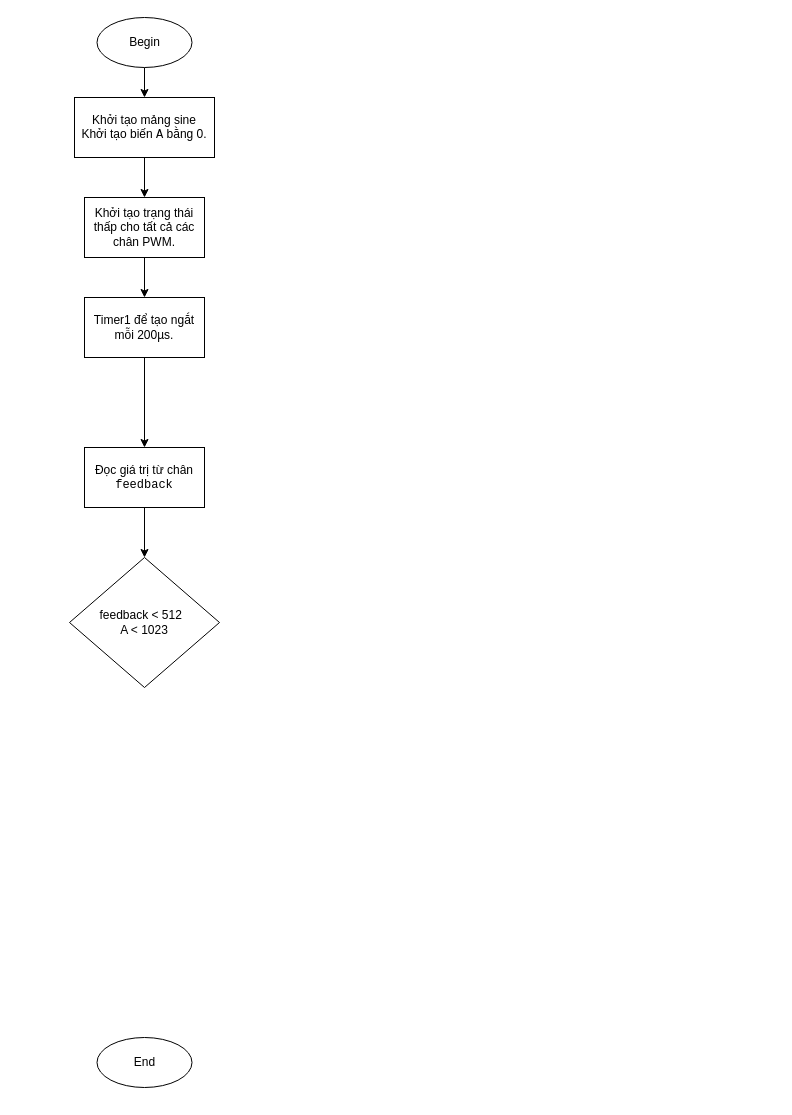
zijipia/ArduinoCpp keeps this draw.io diagram as doan2/luudo.drawio. Above is the earlier version. Source tidied: cells renumbered, new cells numbered last; positions are measured from the earlier drawing's top-left corner, leaving out a move shared by most shapes. Both pictures are drawn from the tidied source at 100%, with x=0, y=0 at pixel (69, 17).
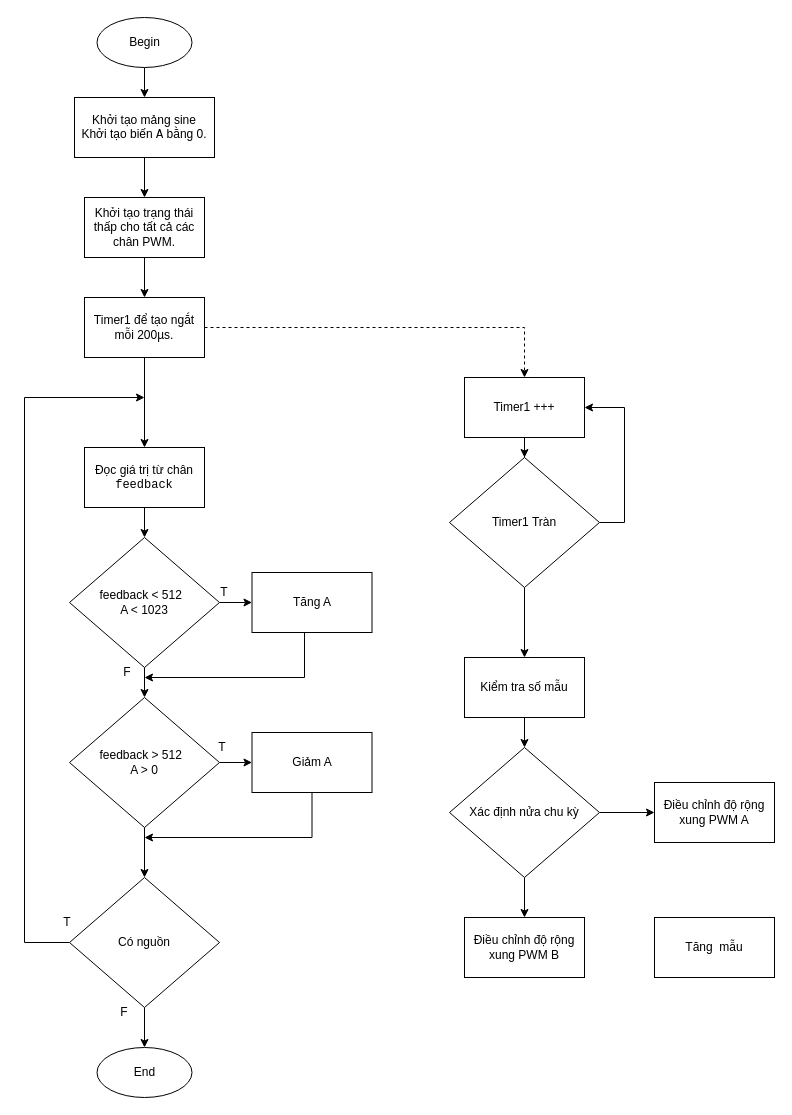
After the change.

The change refers to these unchanged cells:
```xml
<mxCell id="10" value="Timer1 để tạo ngắt mỗi 200µs." style="rounded=0;whiteSpace=wrap;html=1;" parent="1" vertex="1">
  <mxGeometry x="15" y="280" width="120" height="60" as="geometry" />
</mxCell>
```

Change to the diagram source:
```diff
@@
     <mxCell id="4" value="End" style="ellipse;whiteSpace=wrap;html=1;" parent="1" vertex="1">
-      <mxGeometry x="27.5" y="1020" width="95" height="50" as="geometry" />
+      <mxGeometry x="27.5" y="1030" width="95" height="50" as="geometry" />
     </mxCell>
@@
+    <mxCell id="14" style="edgeStyle=orthogonalEdgeStyle;rounded=0;jettySize=auto;html=1;" parent="1" edge="1" source="13" target="17">
+      <mxGeometry relative="1" as="geometry" />
+    </mxCell>
+    <mxCell id="15" style="edgeStyle=orthogonalEdgeStyle;rounded=0;jettySize=auto;html=1;" parent="1" edge="1" source="13" target="20">
+      <mxGeometry relative="1" as="geometry" />
+    </mxCell>
     <mxCell id="13" value="feedback &amp;lt; 512&amp;nbsp;&amp;nbsp;&lt;div&gt;A &amp;lt; 1023&lt;/div&gt;" style="rhombus;whiteSpace=wrap;html=1;" parent="1" vertex="1">
-      <mxGeometry y="540" width="150" height="130" as="geometry" />
+      <mxGeometry y="520" width="150" height="130" as="geometry" />
     </mxCell>
+    <mxCell id="16" style="edgeStyle=orthogonalEdgeStyle;rounded=0;jettySize=auto;html=1;" parent="1" edge="1" source="17">
+      <mxGeometry relative="1" as="geometry">
+        <mxPoint x="75" y="660" as="targetPoint" />
+        <Array as="points">
+          <mxPoint x="235" y="660" />
+        </Array>
+      </mxGeometry>
+    </mxCell>
+    <mxCell id="17" value="Tăng A" style="rounded=0;whiteSpace=wrap;html=1;" parent="1" vertex="1">
+      <mxGeometry x="182.5" y="555" width="120" height="60" as="geometry" />
+    </mxCell>
+    <mxCell id="18" style="edgeStyle=orthogonalEdgeStyle;rounded=0;jettySize=auto;html=1;" parent="1" edge="1" source="20" target="21">
+      <mxGeometry relative="1" as="geometry" />
+    </mxCell>
+    <mxCell id="19" style="edgeStyle=orthogonalEdgeStyle;rounded=0;jettySize=auto;html=1;" parent="1" edge="1" source="20" target="27">
+      <mxGeometry relative="1" as="geometry" />
+    </mxCell>
+    <mxCell id="20" value="feedback &amp;gt; 512&amp;nbsp;&amp;nbsp;&lt;div&gt;A &amp;gt; 0&lt;/div&gt;" style="rhombus;whiteSpace=wrap;html=1;" parent="1" vertex="1">
+      <mxGeometry y="680" width="150" height="130" as="geometry" />
+    </mxCell>
+    <mxCell id="21" value="Giảm A" style="rounded=0;whiteSpace=wrap;html=1;" parent="1" vertex="1">
+      <mxGeometry x="182.5" y="715" width="120" height="60" as="geometry" />
+    </mxCell>
+    <mxCell id="22" value="T" style="text;html=1;align=center;verticalAlign=middle;whiteSpace=wrap;rounded=0;" parent="1" vertex="1">
+      <mxGeometry x="125" y="560" width="60" height="30" as="geometry" />
+    </mxCell>
+    <mxCell id="23" value="T" style="text;html=1;align=center;verticalAlign=middle;whiteSpace=wrap;rounded=0;" parent="1" vertex="1">
+      <mxGeometry x="122.5" y="715" width="60" height="30" as="geometry" />
+    </mxCell>
+    <mxCell id="24" value="F" style="text;html=1;align=center;verticalAlign=middle;whiteSpace=wrap;rounded=0;" parent="1" vertex="1">
+      <mxGeometry x="27.5" y="640" width="60" height="30" as="geometry" />
+    </mxCell>
+    <mxCell id="25" style="edgeStyle=orthogonalEdgeStyle;rounded=0;jettySize=auto;html=1;" parent="1" edge="1" source="27" target="4">
+      <mxGeometry relative="1" as="geometry" />
+    </mxCell>
+    <mxCell id="26" style="edgeStyle=orthogonalEdgeStyle;rounded=0;jettySize=auto;html=1;exitX=0;exitY=0.5;exitDx=0;exitDy=0;" parent="1" edge="1" source="27">
+      <mxGeometry relative="1" as="geometry">
+        <mxPoint x="75" y="380" as="targetPoint" />
+        <Array as="points">
+          <mxPoint x="-45" y="925" />
+          <mxPoint x="-45" y="380" />
+        </Array>
+      </mxGeometry>
+    </mxCell>
+    <mxCell id="27" value="Có nguồn" style="rhombus;whiteSpace=wrap;html=1;" parent="1" vertex="1">
+      <mxGeometry y="860" width="150" height="130" as="geometry" />
+    </mxCell>
+    <mxCell id="28" value="T" style="text;html=1;align=center;verticalAlign=middle;whiteSpace=wrap;rounded=0;" parent="1" vertex="1">
+      <mxGeometry x="-32.5" y="890" width="60" height="30" as="geometry" />
+    </mxCell>
+    <mxCell id="29" value="F" style="text;html=1;align=center;verticalAlign=middle;whiteSpace=wrap;rounded=0;" parent="1" vertex="1">
+      <mxGeometry x="25" y="980" width="60" height="30" as="geometry" />
+    </mxCell>
+    <mxCell id="30" style="edgeStyle=orthogonalEdgeStyle;rounded=0;jettySize=auto;html=1;exitX=0.5;exitY=1;exitDx=0;exitDy=0;" parent="1" edge="1" source="21">
+      <mxGeometry relative="1" as="geometry">
+        <mxPoint x="75" y="820" as="targetPoint" />
+        <Array as="points">
+          <mxPoint x="243" y="820" />
+        </Array>
+      </mxGeometry>
+    </mxCell>
+    <mxCell id="31" style="endArrow=classic;html=1;rounded=0;dashed=1;exitX=1;exitY=0.5;exitDx=0;exitDy=0;" parent="1" edge="1" source="10">
+      <mxGeometry relative="1" as="geometry">
+        <mxPoint x="455" y="360" as="targetPoint" />
+        <Array as="points">
+          <mxPoint x="455" y="310" />
+        </Array>
+      </mxGeometry>
+    </mxCell>
+    <mxCell id="32" style="edgeStyle=orthogonalEdgeStyle;rounded=0;jettySize=auto;html=1;" parent="1" edge="1" source="33" target="36">
+      <mxGeometry relative="1" as="geometry" />
+    </mxCell>
+    <mxCell id="33" value="Timer1 +++" style="rounded=0;whiteSpace=wrap;html=1;" parent="1" vertex="1">
+      <mxGeometry x="395" y="360" width="120" height="60" as="geometry" />
+    </mxCell>
+    <mxCell id="34" style="edgeStyle=orthogonalEdgeStyle;rounded=0;jettySize=auto;html=1;entryX=1;entryY=0.5;entryDx=0;entryDy=0;" parent="1" edge="1" source="36" target="33">
+      <mxGeometry relative="1" as="geometry">
+        <Array as="points">
+          <mxPoint x="555" y="505" />
+          <mxPoint x="555" y="390" />
+        </Array>
+      </mxGeometry>
+    </mxCell>
+    <mxCell id="35" style="edgeStyle=orthogonalEdgeStyle;rounded=0;jettySize=auto;html=1;" parent="1" edge="1" source="36" target="38">
+      <mxGeometry relative="1" as="geometry" />
+    </mxCell>
+    <mxCell id="36" value="Timer1 Tràn" style="rhombus;whiteSpace=wrap;html=1;" parent="1" vertex="1">
+      <mxGeometry x="380" y="440" width="150" height="130" as="geometry" />
+    </mxCell>
+    <mxCell id="37" style="edgeStyle=orthogonalEdgeStyle;rounded=0;jettySize=auto;html=1;" parent="1" edge="1" source="38" target="41">
+      <mxGeometry relative="1" as="geometry" />
+    </mxCell>
+    <mxCell id="38" value="Kiểm tra số mẫu" style="whiteSpace=wrap;html=1;" parent="1" vertex="1">
+      <mxGeometry x="395" y="640" width="120" height="60" as="geometry" />
+    </mxCell>
+    <mxCell id="39" style="edgeStyle=orthogonalEdgeStyle;rounded=0;jettySize=auto;html=1;" parent="1" edge="1" source="41" target="42">
+      <mxGeometry relative="1" as="geometry" />
+    </mxCell>
+    <mxCell id="40" style="edgeStyle=orthogonalEdgeStyle;rounded=0;jettySize=auto;html=1;" parent="1" edge="1" source="41" target="43">
+      <mxGeometry relative="1" as="geometry" />
+    </mxCell>
+    <mxCell id="41" value="Xác định nửa chu kỳ" style="rhombus;whiteSpace=wrap;html=1;" parent="1" vertex="1">
+      <mxGeometry x="380" y="730" width="150" height="130" as="geometry" />
+    </mxCell>
+    <mxCell id="42" value="Điều chỉnh độ rộng xung PWM B" style="rounded=0;whiteSpace=wrap;html=1;" parent="1" vertex="1">
+      <mxGeometry x="395" y="900" width="120" height="60" as="geometry" />
+    </mxCell>
+    <mxCell id="43" value="Điều chỉnh độ rộng xung PWM A" style="rounded=0;whiteSpace=wrap;html=1;" parent="1" vertex="1">
+      <mxGeometry x="585" y="765" width="120" height="60" as="geometry" />
+    </mxCell>
+    <mxCell id="44" value="Tăng&amp;nbsp;&amp;nbsp;mẫu" style="rounded=0;whiteSpace=wrap;html=1;" parent="1" vertex="1">
+      <mxGeometry x="585" y="900" width="120" height="60" as="geometry" />
+    </mxCell>
```
